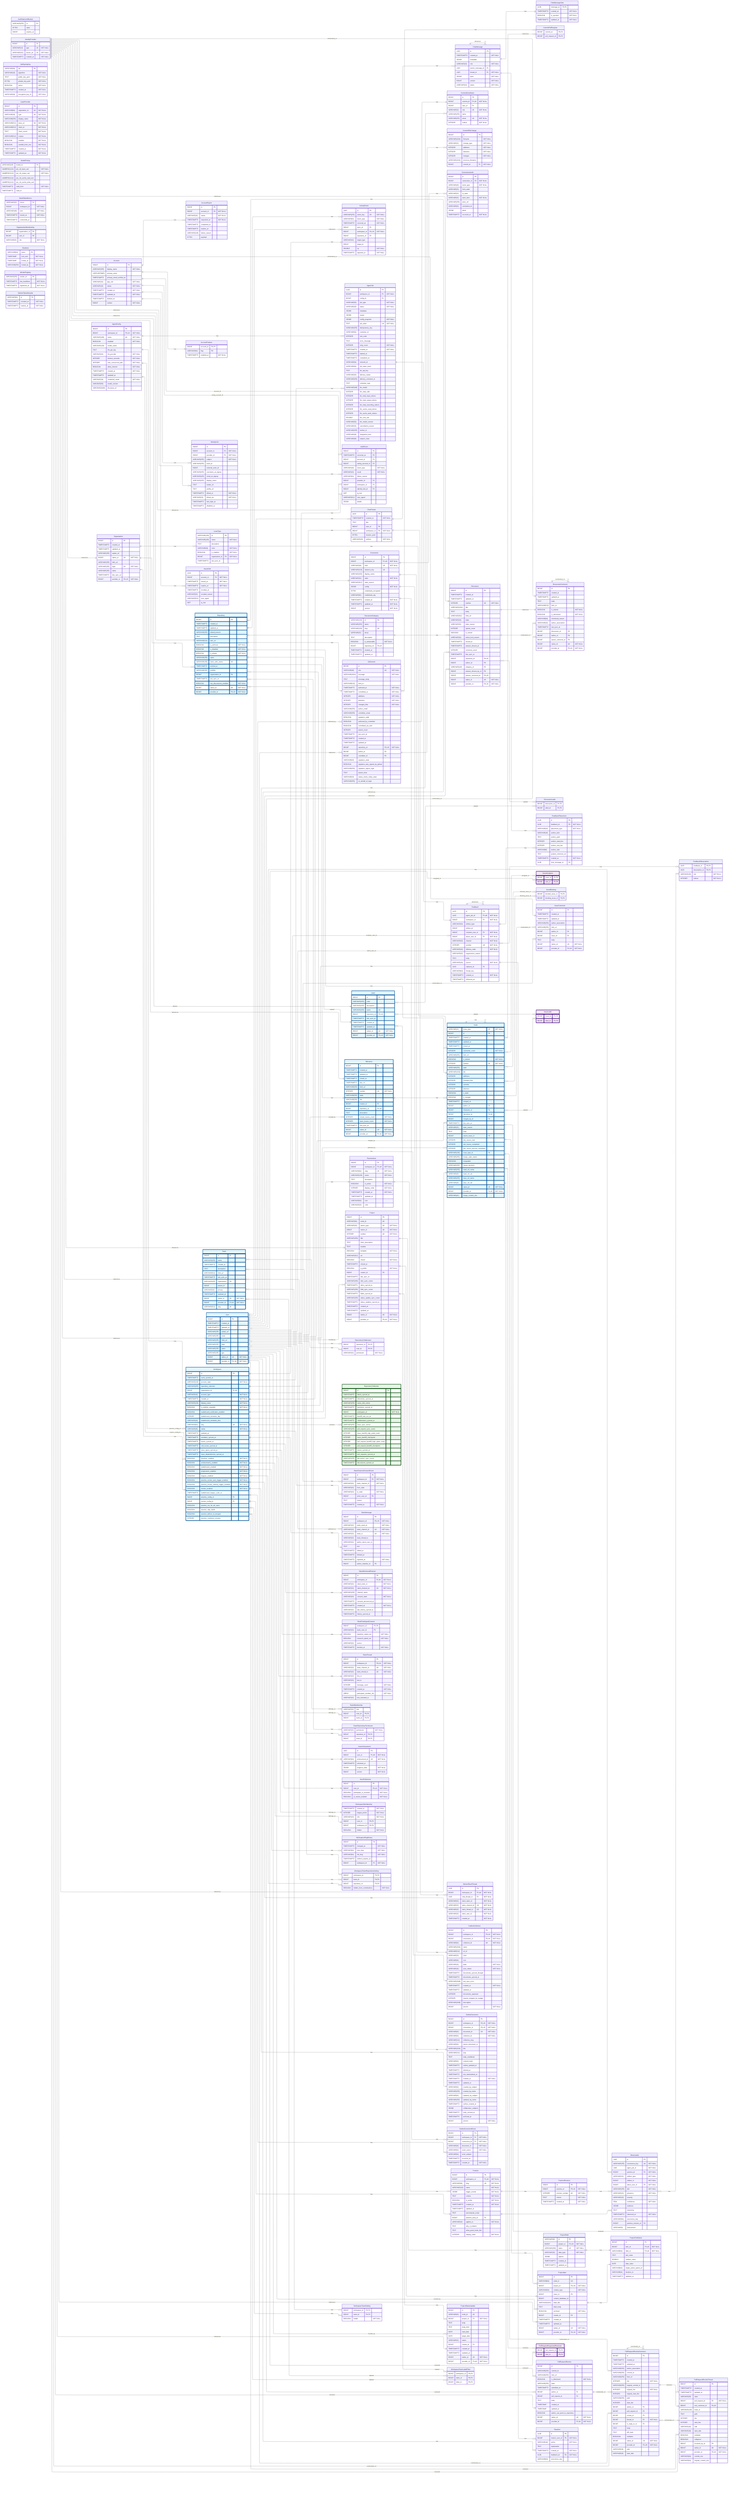
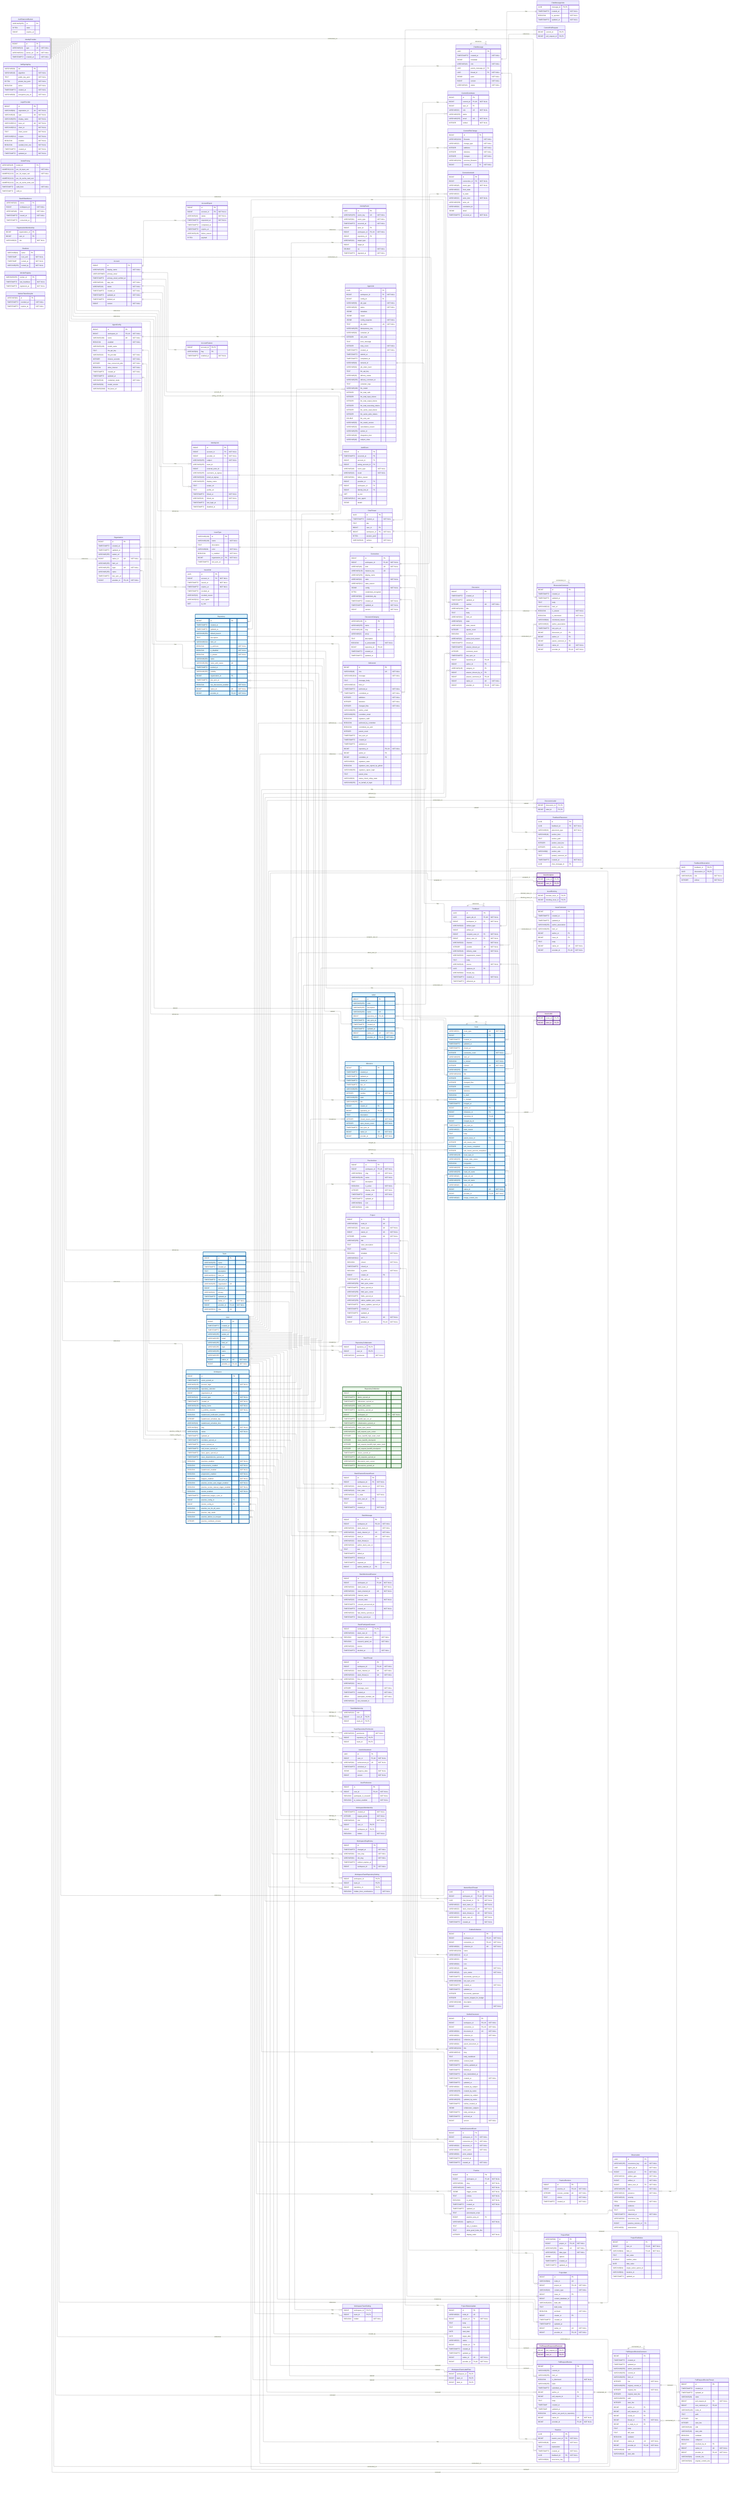
---
config:
    layout: elk
---
erDiagram
    %% Generated automatically from PostgreSQL database schema
    %% using scripts/generate-mermaid-erd.ts
    %% To regenerate: pnpm run db:generate-erd-docs

    direction LR

    Account {
        BIGINT id PK
        VARCHAR(255) display_name "NOT NULL"
        USER-DEFINED primary_email
        TIMESTAMPTZ primary_email_verified_at
        VARCHAR(16) app_role "NOT NULL"
        VARCHAR(16) status "NOT NULL"
        TIMESTAMPTZ created_at "NOT NULL"
        TIMESTAMPTZ updated_at "NOT NULL"
        TIMESTAMPTZ deleted_at
        BIGINT version "NOT NULL"
    }

    AccountExport {
        BIGINT id PK
        BIGINT account_id FK "NOT NULL"
        VARCHAR(16) status "NOT NULL"
        TIMESTAMPTZ requested_at "NOT NULL"
        TIMESTAMPTZ completed_at
        TIMESTAMPTZ expires_at
        VARCHAR(128) failure_reason
        BYTEA payload
    }

    AccountFeature {
        BIGINT account_id PK,FK
        VARCHAR(64) flag PK
        TIMESTAMPTZ enabled_at "NOT NULL"
    }

    ActivityEvent {
        UUID id PK
        VARCHAR(255) event_key UK "NOT NULL"
        VARCHAR(64) event_type "NOT NULL"
        TIMESTAMPTZ occurred_at "NOT NULL"
        BIGINT actor_id FK
        BIGINT workspace_id FK,UK "NOT NULL"
        BIGINT repository_id FK
        VARCHAR(32) target_type
        BIGINT target_id
        DOUBLE xp "NOT NULL"
        TIMESTAMPTZ ingested_at "NOT NULL"
    }

    AgentConfig {
        BIGINT id PK
        BIGINT workspace_id FK,UK "NOT NULL"
        VARCHAR(100) name UK "NOT NULL"
        BOOLEAN enabled "NOT NULL"
        VARCHAR(128) model_name
        TEXT llm_api_key
        VARCHAR(32) llm_provider "NOT NULL"
        INTEGER timeout_seconds "NOT NULL"
        INTEGER max_concurrent_jobs "NOT NULL"
        BOOLEAN allow_internet "NOT NULL"
        TIMESTAMPTZ created_at "NOT NULL"
        TIMESTAMPTZ updated_at
        VARCHAR(16) credential_mode "NOT NULL"
        VARCHAR(50) model_version
        VARCHAR(2048) llm_base_url
    }

    AgentJob {
        UUID id PK
        BIGINT workspace_id FK "NOT NULL"
        BIGINT config_id FK
        VARCHAR(50) job_type "NOT NULL"
        VARCHAR(20) status "NOT NULL"
        JSONB metadata
        JSONB output
        JSONB config_snapshot "NOT NULL"
        TEXT job_token UK "NOT NULL"
        VARCHAR(255) idempotency_key
        VARCHAR(64) container_id
        INTEGER exit_code
        TEXT error_message
        INTEGER retry_count "NOT NULL"
        TIMESTAMPTZ created_at "NOT NULL"
        TIMESTAMPTZ started_at
        TIMESTAMPTZ completed_at
        VARCHAR(64) network_id
        VARCHAR(64) job_token_hash
        TEXT llm_api_key
        VARCHAR(20) delivery_status
        VARCHAR(255) delivery_comment_id
        TEXT container_logs
        VARCHAR(100) llm_model
        INTEGER llm_total_calls
        INTEGER llm_total_input_tokens
        INTEGER llm_total_output_tokens
        INTEGER llm_total_reasoning_tokens
        INTEGER llm_cache_read_tokens
        INTEGER llm_cache_write_tokens
        DOUBLE llm_cost_usd
        VARCHAR(50) llm_model_version
        VARCHAR(32) cancellation_reason
        VARCHAR(255) worker_id
        VARCHAR(48) integration_kind
        VARCHAR(48) subject_class
    }

    AuthEvent {
        BIGINT id PK
        TIMESTAMPTZ occurred_at PK
        BIGINT account_id FK
        BIGINT acting_account_id FK
        VARCHAR(48) event_type "NOT NULL"
        VARCHAR(16) result "NOT NULL"
        VARCHAR(64) failure_reason
        BIGINT provider_id FK
        BIGINT workspace_id FK
        BIGINT identity_link_id FK
        INET ip_inet
        VARCHAR(512) user_agent
        JSONB details
    }

    AuthRateLimitBucket {
        VARCHAR(255) id PK
        BYTEA state
        BIGINT expires_at
    }

    ChatMessage {
        UUID id PK
        TIMESTAMPTZ created_at "NOT NULL"
        JSONB metadata
        VARCHAR(16) role "NOT NULL"
        UUID parent_message_id FK
        UUID thread_id FK "NOT NULL"
        JSONB parts "NOT NULL"
        BIGINT version "NOT NULL"
        VARCHAR(16) status "NOT NULL"
    }

    ChatMessageVote {
        UUID message_id PK,FK
        TIMESTAMPTZ created_at "NOT NULL"
        BOOLEAN is_upvoted "NOT NULL"
        TIMESTAMPTZ updated_at "NOT NULL"
    }

    ChatThread {
        UUID id PK
        TIMESTAMPTZ created_at "NOT NULL"
        TEXT title
        BIGINT user_id FK
        BIGINT workspace_id FK "NOT NULL"
        BYTEA session_jsonl
        VARCHAR(16) surface "NOT NULL"
    }

    CommitContributor {
        BIGINT id PK
        BIGINT commit_id FK,UK "NOT NULL"
        BIGINT user_id FK
        VARCHAR(32) role UK "NOT NULL"
        VARCHAR(255) name
        VARCHAR(255) email UK "NOT NULL"
        INTEGER ordinal "NOT NULL"
    }

    CommitFileChange {
        BIGINT id PK
        VARCHAR(1024) filename "NOT NULL"
        VARCHAR(32) change_type "NOT NULL"
        INTEGER additions "NOT NULL"
        INTEGER deletions "NOT NULL"
        INTEGER changes "NOT NULL"
        VARCHAR(1024) previous_filename
        BIGINT commit_id FK "NOT NULL"
    }

    CommitPullRequest {
        BIGINT commit_id PK,FK
        BIGINT pull_request_id PK,FK
    }

    Connection {
        BIGINT id PK
        BIGINT workspace_id FK,UK "NOT NULL"
        VARCHAR(48) kind UK "NOT NULL"
        VARCHAR(128) instance_key UK
        VARCHAR(256) display_name
        VARCHAR(32) state "NOT NULL"
        VARCHAR(512) state_reason
        JSONB config "NOT NULL"
        BYTEA credentials_encrypted
        VARCHAR(64) credentials_alg
        TIMESTAMPTZ created_at "NOT NULL"
        TIMESTAMPTZ updated_at "NOT NULL"
        BIGINT version "NOT NULL"
    }

    ConnectionAudit {
        BIGINT id PK
        BIGINT connection_id FK "NOT NULL"
        VARCHAR(48) event_type "NOT NULL"
        VARCHAR(32) from_state
        VARCHAR(32) to_state
        VARCHAR(32) actor_kind "NOT NULL"
        VARCHAR(256) actor_ref
        VARCHAR(64) correlation_id
        JSONB detail
        TIMESTAMPTZ occurred_at "NOT NULL"
    }

    Discussion {
        BIGINT id PK
        TIMESTAMPTZ created_at
        TIMESTAMPTZ updated_at
        INTEGER number UK "NOT NULL"
        VARCHAR(1024) title
        TEXT body
        VARCHAR(512) html_url
        VARCHAR(16) state
        VARCHAR(32) state_reason
        INTEGER upvote_count
        BOOLEAN is_locked
        VARCHAR(32) active_lock_reason
        TIMESTAMPTZ closed_at
        TIMESTAMPTZ answer_chosen_at
        INTEGER comment_count
        TIMESTAMPTZ last_sync_at
        BIGINT repository_id FK,UK
        BIGINT author_id FK
        VARCHAR(128) category_id FK
        BIGINT answer_chosen_by_id FK
        BIGINT answer_comment_id FK,UK
        BIGINT native_id UK "NOT NULL"
        BIGINT provider_id FK,UK "NOT NULL"
    }

    DiscussionCategory {
        VARCHAR(128) id PK
        VARCHAR(255) name
        VARCHAR(128) slug UK
        VARCHAR(32) emoji
        TEXT description
        BOOLEAN is_answerable "NOT NULL"
        BIGINT repository_id FK,UK
        TIMESTAMPTZ created_at
        TIMESTAMPTZ updated_at
    }

    DiscussionComment {
        BIGINT id PK
        TIMESTAMPTZ created_at
        TIMESTAMPTZ updated_at
        TEXT body
        VARCHAR(512) html_url
        BOOLEAN is_answer "NOT NULL"
        BOOLEAN is_minimized "NOT NULL"
        VARCHAR(64) minimized_reason
        VARCHAR(32) author_association
        TIMESTAMPTZ last_sync_at
        BIGINT discussion_id FK
        BIGINT author_id FK
        BIGINT parent_comment_id FK
        BIGINT native_id UK "NOT NULL"
        BIGINT provider_id FK,UK "NOT NULL"
    }

    DiscussionLabel {
        BIGINT discussion_id PK,FK
        BIGINT label_id PK,FK
    }

    Feedback {
        UUID id PK
        UUID agent_job_id FK,UK "NOT NULL"
        BIGINT workspace_id FK "NOT NULL"
        VARCHAR(32) artifact_type
        BIGINT artifact_id
        BIGINT recipient_user_id FK "NOT NULL"
        BIGINT about_user_id FK "NOT NULL"
        VARCHAR(32) channel "NOT NULL"
        INTEGER position UK "NOT NULL"
        VARCHAR(16) delivery_state "NOT NULL"
        VARCHAR(32) suppression_reason
        TEXT body
        VARCHAR(16) source "NOT NULL"
        UUID replaces_id FK
        VARCHAR(64) thread_key
        TIMESTAMPTZ created_at "NOT NULL"
        TIMESTAMPTZ delivered_at
    }

    FeedbackObservation {
        UUID feedback_id PK,FK
        UUID observation_id PK,FK
        VARCHAR(16) role "NOT NULL"
        INTEGER ordinal "NOT NULL"
    }

    FeedbackPlacement {
        UUID id PK
        UUID feedback_id FK "NOT NULL"
        VARCHAR(32) placement_type "NOT NULL"
        VARCHAR(16) anchor_kind
        TEXT anchor_path
        INTEGER anchor_start_line
        INTEGER anchor_end_line
        VARCHAR(8) anchor_side
        TEXT posted_comment_ref
        TIMESTAMPTZ created_at "NOT NULL"
        UUID chat_message_id FK
    }

    GitCommit {
        BIGINT id PK
        VARCHAR(40) sha UK "NOT NULL"
        VARCHAR(1024) message "NOT NULL"
        TEXT message_body
        VARCHAR(512) html_url
        TIMESTAMPTZ authored_at "NOT NULL"
        TIMESTAMPTZ committed_at "NOT NULL"
        INTEGER additions "NOT NULL"
        INTEGER deletions "NOT NULL"
        INTEGER changed_files "NOT NULL"
        VARCHAR(255) author_email
        VARCHAR(255) committer_email
        BOOLEAN signature_valid
        BOOLEAN authored_by_committer
        BOOLEAN committed_via_web
        INTEGER parent_count
        TIMESTAMPTZ last_sync_at
        TIMESTAMPTZ created_at
        TIMESTAMPTZ updated_at
        BIGINT repository_id FK,UK "NOT NULL"
        BIGINT author_id FK
        BIGINT committer_id FK
        VARCHAR(32) signature_state
        BOOLEAN signature_was_signed_by_github
        VARCHAR(255) signature_signer_login
        TEXT parent_shas
        VARCHAR(32) status_check_rollup_state
        VARCHAR(255) on_behalf_of_login
    }

    IdentityLink {
        BIGINT id PK
        BIGINT account_id FK "NOT NULL"
        BIGINT provider_id FK "NOT NULL"
        VARCHAR(255) subject "NOT NULL"
        VARCHAR(255) team_id
        BIGINT external_actor_id
        VARCHAR(255) username_at_signup
        VARCHAR(320) email_at_signup
        VARCHAR(255) display_name
        TEXT avatar_url
        TEXT profile_url
        TIMESTAMPTZ linked_at "NOT NULL"
        VARCHAR(16) linked_via "NOT NULL"
        TIMESTAMPTZ last_login_at
        TIMESTAMPTZ disabled_at
    }

    IdentityProvider {
        BIGINT id PK
        VARCHAR(10) type UK "NOT NULL"
        VARCHAR(512) server_url UK "NOT NULL"
        TIMESTAMPTZ created_at "NOT NULL"
    }

    Issue {
        VARCHAR(31) issue_type UK "NOT NULL"
        BIGINT id PK
        TIMESTAMPTZ created_at
        TIMESTAMPTZ updated_at
        TIMESTAMPTZ closed_at
        INTEGER comments_count "NOT NULL"
        VARCHAR(255) html_url
        BOOLEAN is_locked "NOT NULL"
        INTEGER number UK "NOT NULL"
        VARCHAR(255) state
        VARCHAR(1024) title
        INTEGER additions
        INTEGER changed_files
        INTEGER commits
        INTEGER deletions
        BOOLEAN is_draft
        BOOLEAN is_merged
        TIMESTAMPTZ merged_at
        BIGINT author_id FK
        BIGINT milestone_id FK
        BIGINT repository_id FK,UK
        BIGINT merged_by_id FK
        TIMESTAMPTZ last_sync_at
        VARCHAR(32) state_reason
        TEXT body
        BIGINT parent_issue_id FK
        INTEGER sub_issues_total
        INTEGER sub_issues_completed
        INTEGER sub_issues_percent_completed
        VARCHAR(128) issue_type_id FK
        VARCHAR(255) merge_state_status
        BOOLEAN mergeable
        VARCHAR(255) review_decision
        VARCHAR(255) head_ref_name
        VARCHAR(40) head_ref_oid
        VARCHAR(255) base_ref_name
        VARCHAR(40) base_ref_oid
        BIGINT native_id UK "NOT NULL"
        BIGINT provider_id FK,UK "NOT NULL"
        VARCHAR(40) merge_commit_sha
    }

    IssueAssignee {
        BIGINT issue_id PK,FK
        BIGINT user_id PK,FK
    }

    IssueBlocking {
        BIGINT blocked_issue_id PK,FK
        BIGINT blocking_issue_id PK,FK
    }

    IssueComment {
        BIGINT id PK
        TIMESTAMPTZ created_at
        TIMESTAMPTZ updated_at
        VARCHAR(255) author_association
        VARCHAR(255) html_url
        BIGINT author_id FK
        BIGINT issue_id FK
        TEXT body
        BIGINT native_id UK "NOT NULL"
        BIGINT provider_id FK,UK "NOT NULL"
    }

    IssueLabel {
        BIGINT issue_id PK,FK
        BIGINT label_id PK,FK
    }

    IssueType {
        VARCHAR(128) id PK
        VARCHAR(128) name "NOT NULL"
        TEXT description
        VARCHAR(20) color "NOT NULL"
        BOOLEAN is_enabled "NOT NULL"
        BIGINT organization_id FK "NOT NULL"
        TIMESTAMPTZ last_sync_at
    }

    IssuedJwt {
        UUID jti PK
        BIGINT account_id FK "NOT NULL"
        TIMESTAMPTZ issued_at "NOT NULL"
        TIMESTAMPTZ expires_at "NOT NULL"
        TIMESTAMPTZ revoked_at
        VARCHAR(32) revoked_reason
        VARCHAR(512) user_agent
        INET ip_inet
    }

    JwtSigningKey {
        VARCHAR(64) kid PK
        VARCHAR(16) algorithm "NOT NULL"
        TEXT public_key_pem "NOT NULL"
        BYTEA private_key_pem "NOT NULL"
        BOOLEAN active "NOT NULL"
        TIMESTAMPTZ created_at "NOT NULL"
        VARCHAR(64) encryption_key_id "NOT NULL"
    }

    Label {
        BIGINT id PK
        VARCHAR(255) color
        VARCHAR(255) description
        VARCHAR(255) name UK
        BIGINT repository_id FK,UK
        TIMESTAMPTZ last_sync_at
        TIMESTAMPTZ created_at
        TIMESTAMPTZ updated_at
        BIGINT native_id UK "NOT NULL"
        BIGINT provider_id FK,UK "NOT NULL"
    }

    LoginProvider {
        BIGINT id PK
        VARCHAR(64) registration_id UK "NOT NULL"
        VARCHAR(10) type UK "NOT NULL"
        VARCHAR(255) display_name "NOT NULL"
        VARCHAR(512) base_url UK "NOT NULL"
        VARCHAR(512) client_id "NOT NULL"
        TEXT client_secret "NOT NULL"
        VARCHAR(512) scopes "NOT NULL"
        BOOLEAN enabled "NOT NULL"
        BOOLEAN seeded_from_env "NOT NULL"
        TIMESTAMPTZ created_at "NOT NULL"
        TIMESTAMPTZ updated_at "NOT NULL"
    }

    MentorSlackThread {
        UUID id PK
        BIGINT workspace_id FK,UK "NOT NULL"
        UUID chat_thread_id FK "NOT NULL"
        VARCHAR(32) slack_team_id "NOT NULL"
        VARCHAR(32) slack_channel_id UK "NOT NULL"
        VARCHAR(32) slack_thread_ts UK "NOT NULL"
        VARCHAR(32) slack_user_id "NOT NULL"
        TIMESTAMPTZ created_at "NOT NULL"
    }

    Milestone {
        BIGINT id PK
        TIMESTAMPTZ created_at
        TIMESTAMPTZ updated_at
        TIMESTAMPTZ closed_at
        TIMESTAMPTZ due_on
        VARCHAR(255) html_url
        INTEGER number UK "NOT NULL"
        VARCHAR(255) state
        VARCHAR(255) title
        BIGINT creator_id FK
        BIGINT repository_id FK,UK
        TEXT description
        INTEGER closed_issues_count "NOT NULL"
        INTEGER open_issues_count "NOT NULL"
        TIMESTAMPTZ last_sync_at
        BIGINT native_id UK "NOT NULL"
        BIGINT provider_id FK,UK "NOT NULL"
    }

    ModelPricing {
        VARCHAR(128) model_id PK
        NUMERIC(12,6) per_1k_input_usd "NOT NULL"
        NUMERIC(12,6) per_1k_output_usd "NOT NULL"
        NUMERIC(12,6) per_1k_cache_read_usd
        NUMERIC(12,6) per_1k_cache_write_usd
        TIMESTAMPTZ valid_from "NOT NULL"
        TIMESTAMPTZ valid_to
    }

    OauthStateNonce {
        VARCHAR(32) nonce PK
        BIGINT workspace_id "NOT NULL"
        VARCHAR(48) kind "NOT NULL"
        TIMESTAMPTZ issued_at "NOT NULL"
        TIMESTAMPTZ consumed_at
    }

    Observation {
        UUID id PK
        VARCHAR(255) occurrence_key UK "NOT NULL"
        UUID agent_job_id "NOT NULL"
        BIGINT practice_id FK "NOT NULL"
        VARCHAR(32) artifact_type "NOT NULL"
        BIGINT artifact_id "NOT NULL"
        BIGINT about_user_id FK "NOT NULL"
        VARCHAR(255) title "NOT NULL"
        VARCHAR(16) presence "NOT NULL"
        VARCHAR(16) severity
        REAL confidence "NOT NULL"
        JSONB evidence
        TEXT reasoning
        TIMESTAMPTZ observed_at "NOT NULL"
        VARCHAR(64) recurrence_key
        BIGINT practice_revision_id FK
        VARCHAR(8) assessment
    }

    Organization {
        BIGINT id PK
        TIMESTAMPTZ created_at
        TIMESTAMPTZ updated_at
        VARCHAR(255) avatar_url
        BIGINT native_id UK "NOT NULL"
        VARCHAR(255) html_url
        VARCHAR(255) login UK "NOT NULL"
        VARCHAR(255) name
        TIMESTAMPTZ last_sync_at
        BIGINT provider_id FK,UK "NOT NULL"
    }

    OrganizationMembership {
        BIGINT organization_id PK
        BIGINT user_id PK
        VARCHAR(32) role "NOT NULL"
    }

    OutlineCollection {
        BIGINT id PK
        BIGINT workspace_id FK,UK "NOT NULL"
        BIGINT connection_id FK,UK "NOT NULL"
        VARCHAR(64) collection_id UK "NOT NULL"
        VARCHAR(1024) name
        VARCHAR(512) url_id
        VARCHAR(32) color
        VARCHAR(64) icon
        VARCHAR(16) state "NOT NULL"
        VARCHAR(16) sync_status "NOT NULL"
-         TIMESTAMPTZ documents_synced_through
        TIMESTAMPTZ documents_synced_at
        VARCHAR(2048) last_sync_error
        TIMESTAMPTZ created_at "NOT NULL"
        TIMESTAMPTZ updated_at
        INTEGER documents_upstream
        INTEGER exports_skipped_for_budget
        VARCHAR(2048) description
        BIGINT version "NOT NULL"
    }

    OutlineDocument {
        BIGINT id PK
        BIGINT workspace_id FK,UK "NOT NULL"
        BIGINT connection_id FK,UK "NOT NULL"
        VARCHAR(64) document_id UK "NOT NULL"
        VARCHAR(64) collection_id "NOT NULL"
        VARCHAR(512) collection_slug
        VARCHAR(64) parent_document_id
        VARCHAR(1024) title
        VARCHAR(512) slug
        TEXT body_markdown
        VARCHAR(64) content_hash
        TIMESTAMPTZ outline_updated_at
        TIMESTAMPTZ deleted_at
        TIMESTAMPTZ last_materialized_at
        TIMESTAMPTZ created_at "NOT NULL"
        TIMESTAMPTZ updated_at
        VARCHAR(64) created_by_subject
        VARCHAR(255) created_by_name
        VARCHAR(64) updated_by_subject
        VARCHAR(255) updated_by_name
        TIMESTAMPTZ outline_created_at
        JSONB collaborator_subjects
        TIMESTAMPTZ body_evicted_at
        TIMESTAMPTZ archived_at
        BIGINT version "NOT NULL"
    }

    OutlineDocumentEvent {
        BIGINT id PK
        BIGINT workspace_id FK "NOT NULL"
        BIGINT connection_id FK "NOT NULL"
        VARCHAR(64) document_id "NOT NULL"
        VARCHAR(64) event_name "NOT NULL"
        VARCHAR(64) actor_subject
        TIMESTAMPTZ occurred_at
        TIMESTAMPTZ created_at "NOT NULL"
    }

    Practice {
        BIGINT id PK
        BIGINT workspace_id FK,UK "NOT NULL"
        VARCHAR(64) slug UK "NOT NULL"
        VARCHAR(128) name "NOT NULL"
        JSONB trigger_events "NOT NULL"
        TEXT criteria "NOT NULL"
        BOOLEAN is_active "NOT NULL"
        TIMESTAMPTZ created_at "NOT NULL"
        TIMESTAMPTZ updated_at
        TEXT precompute_script
        BIGINT practice_area_id FK
        VARCHAR(32) applies_to "NOT NULL"
        TEXT why_it_matters
        TEXT what_good_looks_like
        INTEGER display_order "NOT NULL"
    }

    PracticeArea {
        BIGINT id PK
        BIGINT workspace_id FK,UK "NOT NULL"
        VARCHAR(64) slug UK "NOT NULL"
        VARCHAR(128) name "NOT NULL"
        TEXT description
        BOOLEAN is_active "NOT NULL"
        INTEGER display_order "NOT NULL"
        TIMESTAMPTZ created_at "NOT NULL"
        TIMESTAMPTZ updated_at
        VARCHAR(64) icon
        VARCHAR(32) color
    }

    PracticeRevision {
        BIGINT id PK
        BIGINT practice_id FK,UK "NOT NULL"
        INTEGER revision_number UK "NOT NULL"
        TEXT criteria "NOT NULL"
        TIMESTAMPTZ created_at "NOT NULL"
    }

    Project {
        BIGINT id PK
        VARCHAR(64) node_id UK
        VARCHAR(32) owner_type UK "NOT NULL"
        BIGINT owner_id UK "NOT NULL"
        INTEGER number UK "NOT NULL"
        VARCHAR(256) title
        TEXT short_description
        TEXT readme
        BOOLEAN template "NOT NULL"
        VARCHAR(512) url
        BOOLEAN closed "NOT NULL"
        TIMESTAMPTZ closed_at
        BOOLEAN is_public "NOT NULL"
        BIGINT creator_id FK
        TIMESTAMPTZ last_sync_at
        VARCHAR(256) item_sync_cursor
        TIMESTAMPTZ items_synced_at
        VARCHAR(256) field_sync_cursor
        TIMESTAMPTZ fields_synced_at
        VARCHAR(256) status_update_sync_cursor
        TIMESTAMPTZ status_updates_synced_at
        TIMESTAMPTZ created_at
        TIMESTAMPTZ updated_at
        BIGINT native_id UK "NOT NULL"
        BIGINT provider_id FK,UK "NOT NULL"
    }

    ProjectField {
        VARCHAR(64) id PK
        BIGINT project_id FK,UK "NOT NULL"
        VARCHAR(256) name UK "NOT NULL"
        VARCHAR(32) data_type "NOT NULL"
        JSONB options
        TIMESTAMPTZ created_at
        TIMESTAMPTZ updated_at
    }

    ProjectFieldValue {
        BIGINT id PK
        BIGINT item_id FK,UK "NOT NULL"
        VARCHAR(64) field_id FK,UK "NOT NULL"
        TEXT text_value
        DOUBLE number_value
        DATE date_value
        VARCHAR(64) single_select_option_id
        VARCHAR(64) iteration_id
        TIMESTAMPTZ updated_at
    }

    ProjectItem {
        BIGINT id PK
        VARCHAR(64) node_id UK
        BIGINT project_id FK,UK "NOT NULL"
        VARCHAR(32) content_type "NOT NULL"
        BIGINT issue_id FK
        BIGINT content_database_id
        VARCHAR(1024) draft_title
        TEXT draft_body
        BOOLEAN archived "NOT NULL"
        BIGINT creator_id FK
        TIMESTAMPTZ created_at
        TIMESTAMPTZ updated_at
        BIGINT native_id UK "NOT NULL"
        BIGINT provider_id FK,UK "NOT NULL"
    }

    ProjectStatusUpdate {
        BIGINT id PK
        VARCHAR(64) node_id UK
        BIGINT project_id FK "NOT NULL"
        TEXT body
        TEXT body_html
        DATE start_date
        DATE target_date
        VARCHAR(32) status
        BIGINT creator_id FK
        TIMESTAMPTZ created_at
        TIMESTAMPTZ updated_at
        BIGINT native_id UK "NOT NULL"
        BIGINT provider_id FK,UK "NOT NULL"
    }

    PullRequestRequestedReviewer {
        BIGINT pull_request_id PK,FK
        BIGINT user_id PK,FK
    }

    PullRequestReview {
        BIGINT id PK
        VARCHAR(255) commit_id
        VARCHAR(255) html_url
        BOOLEAN is_dismissed "NOT NULL"
        VARCHAR(255) state
        TIMESTAMPTZ submitted_at
        BIGINT author_id FK
        BIGINT pull_request_id FK
        TEXT body
        TIMESTAMP created_at
        TIMESTAMP updated_at
        BOOLEAN author_can_push_to_repository
        BIGINT native_id UK "NOT NULL"
        BIGINT provider_id FK,UK "NOT NULL"
    }

    PullRequestReviewComment {
        BIGINT id PK
        TIMESTAMPTZ created_at
        TIMESTAMPTZ updated_at
        VARCHAR(255) author_association
        VARCHAR(255) commit_id
        VARCHAR(255) html_url
        INTEGER line "NOT NULL"
        VARCHAR(255) original_commit_id
        INTEGER original_line "NOT NULL"
        INTEGER original_start_line
        VARCHAR(255) path
        INTEGER start_line
        BIGINT author_id FK
        BIGINT pull_request_id FK
        BIGINT review_id FK
        BIGINT thread_id FK "NOT NULL"
        BIGINT in_reply_to_id FK
        TEXT body
        TEXT diff_hunk
        BOOLEAN outdated
        BIGINT native_id UK "NOT NULL"
        BIGINT provider_id FK,UK "NOT NULL"
        VARCHAR(16) side
        VARCHAR(16) start_side
    }

    PullRequestReviewThread {
        BIGINT id PK
        TIMESTAMPTZ created_at
        TIMESTAMPTZ updated_at
        VARCHAR(20) state
        BIGINT pull_request_id FK "NOT NULL"
        BIGINT root_comment_id FK,UK
        VARCHAR(128) node_id
        TEXT path
        INTEGER line
        INTEGER start_line
        VARCHAR(16) side
        VARCHAR(16) start_side
        BOOLEAN outdated
        BOOLEAN collapsed
        BIGINT resolved_by_id FK
        BIGINT native_id UK "NOT NULL"
        BIGINT provider_id FK,UK "NOT NULL"
        VARCHAR(64) commit_sha
        VARCHAR(64) original_commit_sha
    }

    Reaction {
        UUID id PK
        BIGINT reactor_user_id FK "NOT NULL"
        VARCHAR(16) action "NOT NULL"
        TEXT explanation
        TIMESTAMPTZ created_at "NOT NULL"
        UUID feedback_id FK "NOT NULL"
        VARCHAR(64) recurrence_key
    }

    Repository {
        BIGINT id PK
        TIMESTAMPTZ created_at
        TIMESTAMPTZ updated_at
        VARCHAR(255) default_branch
        TEXT description
        VARCHAR(512) html_url
        BOOLEAN is_archived "NOT NULL"
        BOOLEAN is_disabled "NOT NULL"
        BOOLEAN is_private "NOT NULL"
        VARCHAR(255) name
        VARCHAR(150) name_with_owner UK
        TIMESTAMPTZ pushed_at
        VARCHAR(255) visibility
        BIGINT organization_id FK
        TIMESTAMPTZ last_sync_at
        BOOLEAN has_discussions_enabled "NOT NULL"
        BIGINT native_id UK "NOT NULL"
        BIGINT provider_id FK,UK "NOT NULL"
    }

    RepositoryCollaborator {
        BIGINT repository_id PK,FK
        BIGINT user_id PK,FK
        VARCHAR(32) permission "NOT NULL"
    }

    RepositoryToMonitor {
        BIGINT id PK
        TIMESTAMPTZ labels_synced_at
        TIMESTAMPTZ milestones_synced_at
        VARCHAR(255) name_with_owner
        TIMESTAMPTZ repository_synced_at
        BIGINT workspace_id FK "NOT NULL"
        TIMESTAMPTZ backfill_last_run_at
        TIMESTAMPTZ collaborators_synced_at
        VARCHAR(255) issue_sync_cursor
        VARCHAR(255) pull_request_sync_cursor
        INTEGER issue_backfill_high_water_mark
        INTEGER issue_backfill_checkpoint
        INTEGER pull_request_backfill_high_water_mark
        INTEGER pull_request_backfill_checkpoint
        TIMESTAMPTZ issues_synced_at
        TIMESTAMPTZ pull_requests_synced_at
        VARCHAR(255) discussion_sync_cursor
        TIMESTAMPTZ discussions_synced_at
    }

    Shedlock {
        VARCHAR(64) name PK
        TIMESTAMP lock_until "NOT NULL"
        TIMESTAMP locked_at "NOT NULL"
        VARCHAR(255) locked_by "NOT NULL"
    }

    SlackChannelConsentEvent {
        BIGINT id PK
        BIGINT workspace_id FK "NOT NULL"
        VARCHAR(32) slack_channel_id "NOT NULL"
        VARCHAR(16) from_state
        VARCHAR(16) to_state "NOT NULL"
        BIGINT actor_user_id FK
        TEXT reason
        TIMESTAMPTZ created_at "NOT NULL"
    }

    SlackMessage {
        BIGINT id PK
        BIGINT workspace_id FK,UK "NOT NULL"
        VARCHAR(32) slack_team_id "NOT NULL"
        VARCHAR(32) slack_channel_id UK "NOT NULL"
        VARCHAR(32) slack_ts UK "NOT NULL"
        VARCHAR(32) slack_thread_ts
        VARCHAR(32) author_slack_user_id
        TEXT text
        TIMESTAMPTZ edited_at
        TIMESTAMPTZ deleted_at
        TIMESTAMPTZ ingested_at "NOT NULL"
        BIGINT author_member_id FK
    }

    SlackMonitoredChannel {
        BIGINT id PK
        BIGINT workspace_id FK,UK "NOT NULL"
        VARCHAR(32) slack_team_id "NOT NULL"
        VARCHAR(32) slack_channel_id UK "NOT NULL"
        VARCHAR(256) channel_name
        VARCHAR(16) consent_state "NOT NULL"
        TIMESTAMPTZ consent_announced_at
        TIMESTAMPTZ created_at "NOT NULL"
        VARCHAR(32) last_history_synced_ts
        TIMESTAMPTZ history_synced_at
    }

    SlackParticipantConsent {
        BIGINT workspace_id PK,FK
        VARCHAR(32) slack_user_id PK
        BOOLEAN ingestion_opted_out "NOT NULL"
        BOOLEAN research_opted_out "NOT NULL"
        VARCHAR(32) source
        TIMESTAMPTZ decided_at "NOT NULL"
    }

    SlackThread {
        BIGINT id PK
        BIGINT workspace_id FK,UK "NOT NULL"
        VARCHAR(32) slack_channel_id UK "NOT NULL"
        VARCHAR(32) slack_thread_ts UK "NOT NULL"
        VARCHAR(32) first_ts
        VARCHAR(32) last_ts
        INTEGER message_count "NOT NULL"
        TIMESTAMPTZ created_at "NOT NULL"
        ARRAY participant_member_ids "NOT NULL"
        VARCHAR(32) last_reviewed_ts
    }

    Team {
        BIGINT id PK
        VARCHAR(255) name
        TIMESTAMPTZ created_at
        TEXT description
        VARCHAR(512) html_url
        TIMESTAMPTZ last_sync_at
        VARCHAR(255) organization UK
        BIGINT parent_id
        VARCHAR(32) privacy
        TIMESTAMPTZ updated_at
        BIGINT native_id UK "NOT NULL"
        BIGINT provider_id FK,UK "NOT NULL"
        VARCHAR(512) slug UK
    }

    TeamMembership {
        VARCHAR(32) role
        BIGINT user_id PK,FK
        BIGINT team_id PK,FK
    }

    TeamRepositoryPermission {
        VARCHAR(32) permission "NOT NULL"
        BIGINT repository_id PK,FK
        BIGINT team_id PK,FK
    }

    User {
        BIGINT id PK
        TIMESTAMPTZ created_at
        TIMESTAMPTZ updated_at
        VARCHAR(255) avatar_url
        VARCHAR(255) email
        VARCHAR(255) html_url
        VARCHAR(255) login
        VARCHAR(255) name
        VARCHAR(255) type
        BIGINT native_id UK "NOT NULL"
        BIGINT provider_id FK,UK "NOT NULL"
    }

    UserAchievement {
        UUID id PK
        BIGINT user_id FK,UK "NOT NULL"
        VARCHAR(64) achievement_id UK "NOT NULL"
        TIMESTAMPTZ unlocked_at
        JSONB progress_data "NOT NULL"
        BIGINT version "NOT NULL"
    }

    UserPreference {
        BIGINT id PK
        BIGINT user_id FK,UK "NOT NULL"
        BOOLEAN participate_in_research "NOT NULL"
        BOOLEAN ai_review_enabled "NOT NULL"
    }

    WorkerRegistry {
        VARCHAR(255) worker_id PK
        TIMESTAMPTZ last_heartbeat "NOT NULL"
        TIMESTAMPTZ registered_at "NOT NULL"
    }

    WorkerTokenDenylist {
        VARCHAR(64) jti PK
        TIMESTAMPTZ revoked_at "NOT NULL"
        TIMESTAMPTZ expires_at "NOT NULL"
    }

    Workspace {
        BIGINT id PK
        TIMESTAMPTZ users_synced_at
        VARCHAR(120) account_login "NOT NULL"
        VARCHAR(255) repository_selection
        BIGINT organization_id FK,UK
        VARCHAR(10) account_type "NOT NULL"
        TIMESTAMPTZ created_at "NOT NULL"
        VARCHAR(120) display_name "NOT NULL"
        BOOLEAN is_publicly_viewable "NOT NULL"
        BOOLEAN leaderboard_notification_enabled
        INTEGER leaderboard_schedule_day
        VARCHAR(10) leaderboard_schedule_time
        VARCHAR(64) slug UK "NOT NULL"
        VARCHAR(20) status "NOT NULL"
        TIMESTAMPTZ updated_at
        TIMESTAMPTZ members_synced_at
        TIMESTAMPTZ teams_synced_at
        TIMESTAMPTZ sub_issues_synced_at
        TIMESTAMPTZ issue_types_synced_at
        TIMESTAMPTZ issue_dependencies_synced_at
        BOOLEAN practices_enabled "NOT NULL"
        BOOLEAN achievements_enabled "NOT NULL"
        BOOLEAN leaderboard_enabled "NOT NULL"
        BOOLEAN progression_enabled "NOT NULL"
        BOOLEAN leagues_enabled "NOT NULL"
        BOOLEAN practice_review_auto_trigger_enabled "NOT NULL"
        BOOLEAN practice_review_manual_trigger_enabled "NOT NULL"
        BOOLEAN mentor_enabled "NOT NULL"
        TIMESTAMPTZ leaderboard_league_cycle_at
        BIGINT practice_config_id FK
        BIGINT mentor_config_id FK
        BOOLEAN practice_run_for_all_users
        BOOLEAN practice_skip_drafts
        BOOLEAN practice_deliver_to_merged
        INTEGER practice_cooldown_minutes
    }

    WorkspaceMembership {
        TIMESTAMPTZ created_at "NOT NULL"
        INTEGER league_points "NOT NULL"
        VARCHAR(16) role "NOT NULL"
        BIGINT user_id PK,FK
        BIGINT workspace_id PK,FK
        BOOLEAN hidden "NOT NULL"
    }

    WorkspaceSlugHistory {
        BIGINT id PK
        TIMESTAMPTZ changed_at "NOT NULL"
        VARCHAR(64) new_slug "NOT NULL"
        VARCHAR(64) old_slug "NOT NULL"
        TIMESTAMPTZ redirect_expires_at
        BIGINT workspace_id FK "NOT NULL"
    }

    WorkspaceTeamLabelFilter {
        BIGINT workspace_id PK,FK
        BIGINT team_id PK,FK
        BIGINT label_id PK,FK
    }

    WorkspaceTeamRepositorySetting {
        BIGINT workspace_id PK,FK
        BIGINT team_id PK,FK
        BIGINT repository_id PK,FK
        BOOLEAN hidden_from_contributions "NOT NULL"
    }

    WorkspaceTeamSetting {
        BIGINT workspace_id PK,FK
        BIGINT team_id PK,FK
        BOOLEAN hidden "NOT NULL"
    }

    %% Relationships
    %% One-to-One relationships
    Account ||--|| AccountFeature : has
    Workspace ||--|| ActivityEvent : has
    Workspace ||--|| AgentConfig : has
    ChatMessage ||--|| ChatMessageVote : has
    GitCommit ||--|| CommitContributor : has
    Workspace ||--|| Connection : has
    Repository ||--|| Discussion : has
    DiscussionComment ||--|| Discussion : references
    IdentityProvider ||--|| Discussion : references
    Repository ||--|| DiscussionCategory : has
    IdentityProvider ||--|| DiscussionComment : commented_on
    AgentJob ||--|| Feedback : has
    Repository ||--|| GitCommit : has
    Repository ||--|| Issue : has
    IdentityProvider ||--|| Issue : references
    IdentityProvider ||--|| IssueComment : commented_on
    Repository ||--|| Label : labeled
    IdentityProvider ||--|| Label : labeled
    Workspace ||--|| MentorSlackThread : has
    Repository ||--|| Milestone : has
    IdentityProvider ||--|| Milestone : references
    IdentityProvider ||--|| Organization : references
    Workspace ||--|| OutlineCollection : has
    Connection ||--|| OutlineCollection : has
    Workspace ||--|| OutlineDocument : has
    Connection ||--|| OutlineDocument : has
    Workspace ||--|| Practice : has
    Workspace ||--|| PracticeArea : has
    Practice ||--|| PracticeRevision : has
    IdentityProvider ||--|| Project : references
    Project ||--|| ProjectField : has
    ProjectItem ||--|| ProjectFieldValue : has
    ProjectField ||--|| ProjectFieldValue : has
    Project ||--|| ProjectItem : has
    IdentityProvider ||--|| ProjectItem : references
    IdentityProvider ||--|| ProjectStatusUpdate : references
    IdentityProvider ||--|| PullRequestReview : reviewed
    IdentityProvider ||--|| PullRequestReviewComment : commented_on
    PullRequestReviewComment ||--|| PullRequestReviewThread : reviewed
    IdentityProvider ||--|| PullRequestReviewThread : reviewed
    IdentityProvider ||--|| Repository : references
    Workspace ||--|| SlackMessage : has
    Workspace ||--|| SlackMonitoredChannel : has
    Workspace ||--|| SlackParticipantConsent : has
    Workspace ||--|| SlackThread : has
    IdentityProvider ||--|| Team : references
    IdentityProvider ||--|| User : references
    User ||--|| UserAchievement : has
    User ||--|| UserPreference : has
    Organization ||--|| Workspace : has
    User ||--|| WorkspaceMembership : belongs_to
    Workspace ||--|| WorkspaceMembership : belongs_to

    %% One-to-Many relationships
    Account ||--o{ AccountExport : has
    User ||--o{ ActivityEvent : references
    Repository ||--o{ ActivityEvent : has
    Workspace ||--o{ AgentJob : has
    AgentConfig ||--o{ AgentJob : has
    Account ||--o{ AuthEvent : account_id
    Account ||--o{ AuthEvent : acting_account_id
    IdentityProvider ||--o{ AuthEvent : references
    Workspace ||--o{ AuthEvent : has
    IdentityLink ||--o{ AuthEvent : has
    ChatMessage ||--o{ ChatMessage : references
    ChatThread ||--o{ ChatMessage : has
    User ||--o{ ChatThread : has
    Workspace ||--o{ ChatThread : has
    User ||--o{ CommitContributor : has
    GitCommit ||--o{ CommitFileChange : has
    Connection ||--o{ ConnectionAudit : has
    User ||--o{ Discussion : authored_by
    DiscussionCategory ||--o{ Discussion : has
    User ||--o{ Discussion : references
    Discussion ||--o{ DiscussionComment : commented_on
    User ||--o{ DiscussionComment : commented_on
    DiscussionComment ||--o{ DiscussionComment : commented_on
    Workspace ||--o{ Feedback : has
    User ||--o{ Feedback : recipient_user_id
    User ||--o{ Feedback : about_user_id
    Feedback ||--o{ Feedback : references
    Feedback ||--o{ FeedbackPlacement : has
    ChatMessage ||--o{ FeedbackPlacement : has
    User ||--o{ GitCommit : authored_by
    User ||--o{ GitCommit : references
    Account ||--o{ IdentityLink : has
    IdentityProvider ||--o{ IdentityLink : references
    User ||--o{ Issue : authored_by
    Milestone ||--o{ Issue : has
    User ||--o{ Issue : merged_by
    Issue ||--o{ Issue : has
    IssueType ||--o{ Issue : has
    User ||--o{ IssueComment : commented_on
    Issue ||--o{ IssueComment : commented_on
    Organization ||--o{ IssueType : has
    Account ||--o{ IssuedJwt : has
    ChatThread ||--o{ MentorSlackThread : has
    User ||--o{ Milestone : created_by
    Practice ||--o{ Observation : has
    User ||--o{ Observation : has
    PracticeRevision ||--o{ Observation : has
    Workspace ||--o{ OutlineDocumentEvent : has
    Connection ||--o{ OutlineDocumentEvent : has
    PracticeArea ||--o{ Practice : has
    User ||--o{ Project : created_by
    Issue ||--o{ ProjectItem : has
    User ||--o{ ProjectItem : created_by
    Project ||--o{ ProjectStatusUpdate : has
    User ||--o{ ProjectStatusUpdate : created_by
    User ||--o{ PullRequestReview : reviewed
    Issue ||--o{ PullRequestReview : reviewed
    User ||--o{ PullRequestReviewComment : commented_on
    Issue ||--o{ PullRequestReviewComment : commented_on
    PullRequestReview ||--o{ PullRequestReviewComment : commented_on
    PullRequestReviewThread ||--o{ PullRequestReviewComment : commented_on
    PullRequestReviewComment ||--o{ PullRequestReviewComment : commented_on
    Issue ||--o{ PullRequestReviewThread : reviewed
    User ||--o{ PullRequestReviewThread : reviewed
    User ||--o{ Reaction : has
    Feedback ||--o{ Reaction : has
    Organization ||--o{ Repository : has
    Workspace ||--o{ RepositoryToMonitor : monitors
    Workspace ||--o{ SlackChannelConsentEvent : has
    User ||--o{ SlackChannelConsentEvent : has
    User ||--o{ SlackMessage : authored_by
    AgentConfig ||--o{ Workspace : practice_config_id
    AgentConfig ||--o{ Workspace : mentor_config_id
    Workspace ||--o{ WorkspaceSlugHistory : has

    %% Many-to-Many relationships
    GitCommit }o--o{ CommitPullRequest : has
    Issue }o--o{ CommitPullRequest : references
    Discussion }o--o{ DiscussionLabel : labeled
    Label }o--o{ DiscussionLabel : labeled
    Feedback }o--o{ FeedbackObservation : has
    Observation }o--o{ FeedbackObservation : has
    Issue }o--o{ IssueAssignee : assigned_to
    User }o--o{ IssueAssignee : assigned_to
    Issue }o--o{ IssueBlocking : blocked_issue_id
    Issue }o--o{ IssueBlocking : blocking_issue_id
    Issue }o--o{ IssueLabel : labeled
    Label }o--o{ IssueLabel : labeled
    Issue }o--o{ PullRequestRequestedReviewer : reviewed
    User }o--o{ PullRequestRequestedReviewer : reviewed
    Repository }o--o{ RepositoryCollaborator : has
    User }o--o{ RepositoryCollaborator : has
    User }o--o{ TeamMembership : belongs_to
    Team }o--o{ TeamMembership : belongs_to
    Repository }o--o{ TeamRepositoryPermission : has
    Team }o--o{ TeamRepositoryPermission : has
    Workspace }o--o{ WorkspaceTeamLabelFilter : labeled
    Team }o--o{ WorkspaceTeamLabelFilter : labeled
    Label }o--o{ WorkspaceTeamLabelFilter : labeled
    Workspace }o--o{ WorkspaceTeamRepositorySetting : has
    Team }o--o{ WorkspaceTeamRepositorySetting : has
    Repository }o--o{ WorkspaceTeamRepositorySetting : has
    Workspace }o--o{ WorkspaceTeamSetting : has
    Team }o--o{ WorkspaceTeamSetting : has

    %% Styling
    classDef primaryEntity fill:#e1f5fe,stroke:#01579b,stroke-width:2px
    classDef associationEntity fill:#f3e5f5,stroke:#4a148c,stroke-width:2px
    classDef metadataEntity fill:#e8f5e8,stroke:#1b5e20,stroke-width:2px

    class Issue primaryEntity
    class IssueAssignee associationEntity
    class IssueLabel associationEntity
    class Label primaryEntity
    class Milestone primaryEntity
    class PullRequestRequestedReviewer associationEntity
    class Repository primaryEntity
    class RepositoryToMonitor metadataEntity
    class Team primaryEntity
    class User primaryEntity
    class Workspace primaryEntity
